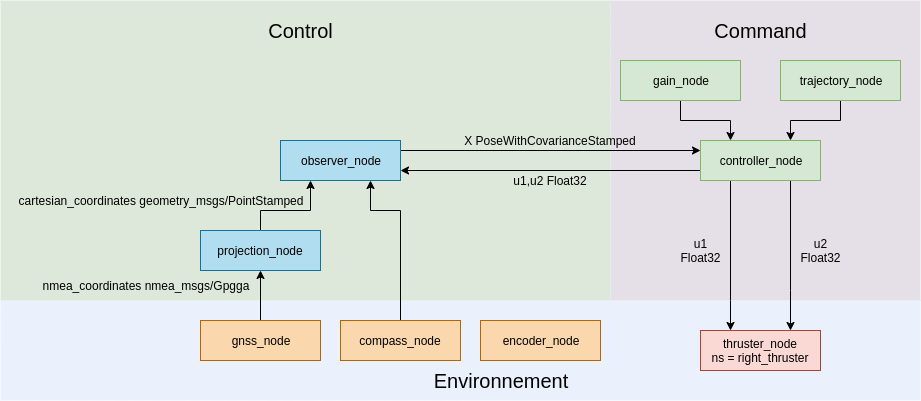
Above: doc/DDBot.png in Jules-Berhault/ddbot (draw.io), before the change. Source tidied: cells renumbered, new cells last; positions are measured from the earlier drawing's top-left corner, leaving out a move shared by most shapes.
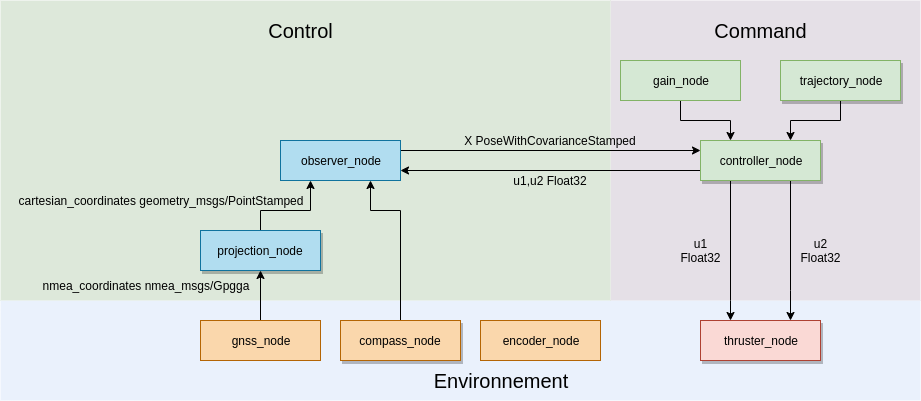
After the change.

Commit message:
Updating Drawio and the trajectory node

What changed in the source:
```diff
@@ -19,7 +19,7 @@
         </Array>
       </mxGeometry>
     </mxCell>
-    <mxCell id="6" value="compass_node" style="rounded=0;whiteSpace=wrap;html=1;fillColor=#fad7ac;strokeColor=#b46504;" parent="1" vertex="1">
+    <mxCell id="6" value="compass_node" style="rounded=0;whiteSpace=wrap;html=1;fillColor=#fad7ac;strokeColor=#b46504;shadow=1;" parent="1" vertex="1">
       <mxGeometry x="340" y="320" width="120" height="40" as="geometry" />
     </mxCell>
     <mxCell id="7" style="edgeStyle=orthogonalEdgeStyle;rounded=0;jettySize=auto;html=1;exitX=0.5;exitY=0;exitDx=0;exitDy=0;entryX=0.5;entryY=1;entryDx=0;entryDy=0;" parent="1" edge="1" source="8" target="11">
@@ -28,8 +28,8 @@
     <mxCell id="8" value="gnss_node" style="rounded=0;whiteSpace=wrap;html=1;fillColor=#fad7ac;strokeColor=#b46504;" parent="1" vertex="1">
       <mxGeometry x="200" y="320" width="120" height="40" as="geometry" />
     </mxCell>
-    <mxCell id="9" value="thruster_node&lt;br&gt;ns = right_thruster" style="rounded=0;whiteSpace=wrap;html=1;fillColor=#fad9d5;strokeColor=#ae4132;" parent="1" vertex="1">
-      <mxGeometry x="700" y="330" width="120" height="40" as="geometry" />
+    <mxCell id="9" value="thruster_node" style="rounded=0;whiteSpace=wrap;html=1;fillColor=#fad9d5;strokeColor=#ae4132;shadow=1;glass=0;" parent="1" vertex="1">
+      <mxGeometry x="700" y="320" width="120" height="40" as="geometry" />
     </mxCell>
     <mxCell id="10" style="edgeStyle=orthogonalEdgeStyle;rounded=0;jettySize=auto;html=1;exitX=0.5;exitY=0;exitDx=0;exitDy=0;entryX=0.25;entryY=1;entryDx=0;entryDy=0;" parent="1" edge="1" source="11" target="13">
       <mxGeometry relative="1" as="geometry">
@@ -39,7 +39,7 @@
         </Array>
       </mxGeometry>
     </mxCell>
-    <mxCell id="11" value="projection_node" style="rounded=0;whiteSpace=wrap;html=1;fillColor=#b1ddf0;strokeColor=#10739e;" parent="1" vertex="1">
+    <mxCell id="11" value="projection_node" style="rounded=0;whiteSpace=wrap;html=1;fillColor=#b1ddf0;strokeColor=#10739e;shadow=1;" parent="1" vertex="1">
       <mxGeometry x="200" y="230" width="120" height="40" as="geometry" />
     </mxCell>
     <mxCell id="12" style="edgeStyle=orthogonalEdgeStyle;rounded=0;jettySize=auto;html=1;exitX=1;exitY=0.25;exitDx=0;exitDy=0;entryX=0;entryY=0.25;entryDx=0;entryDy=0;startArrow=none;startFill=0;endArrow=classic;endFill=1;" parent="1" edge="1" source="13" target="17">
@@ -67,7 +67,7 @@
     <mxCell id="16" style="edgeStyle=orthogonalEdgeStyle;rounded=0;jettySize=auto;html=1;exitX=0;exitY=0.75;exitDx=0;exitDy=0;entryX=1;entryY=0.75;entryDx=0;entryDy=0;startArrow=none;startFill=0;endArrow=classic;endFill=1;" parent="1" edge="1" source="17" target="13">
       <mxGeometry relative="1" as="geometry" />
     </mxCell>
-    <mxCell id="17" value="controller_node" style="rounded=0;whiteSpace=wrap;html=1;fillColor=#d5e8d4;strokeColor=#82b366;" parent="1" vertex="1">
+    <mxCell id="17" value="controller_node" style="rounded=0;whiteSpace=wrap;html=1;fillColor=#d5e8d4;strokeColor=#82b366;shadow=1;" parent="1" vertex="1">
       <mxGeometry x="700" y="140" width="120" height="40" as="geometry" />
     </mxCell>
     <mxCell id="18" style="edgeStyle=orthogonalEdgeStyle;rounded=0;jettySize=auto;html=1;exitX=0.5;exitY=1;exitDx=0;exitDy=0;entryX=0.25;entryY=0;entryDx=0;entryDy=0;startArrow=none;startFill=0;endArrow=classic;endFill=1;" parent="1" edge="1" source="19" target="17">
@@ -89,7 +89,7 @@
         </Array>
       </mxGeometry>
     </mxCell>
-    <mxCell id="21" value="trajectory_node" style="rounded=0;whiteSpace=wrap;html=1;fillColor=#d5e8d4;strokeColor=#82b366;" parent="1" vertex="1">
+    <mxCell id="21" value="trajectory_node" style="rounded=0;whiteSpace=wrap;html=1;fillColor=#d5e8d4;strokeColor=#82b366;shadow=1;" parent="1" vertex="1">
       <mxGeometry x="780" y="60" width="120" height="40" as="geometry" />
     </mxCell>
     <mxCell id="22" value="&lt;font style=&quot;font-size: 20px&quot;&gt;Control&lt;/font&gt;" style="text;html=1;strokeColor=none;fillColor=none;align=center;verticalAlign=middle;whiteSpace=wrap;rounded=0;" parent="1" vertex="1">
```
